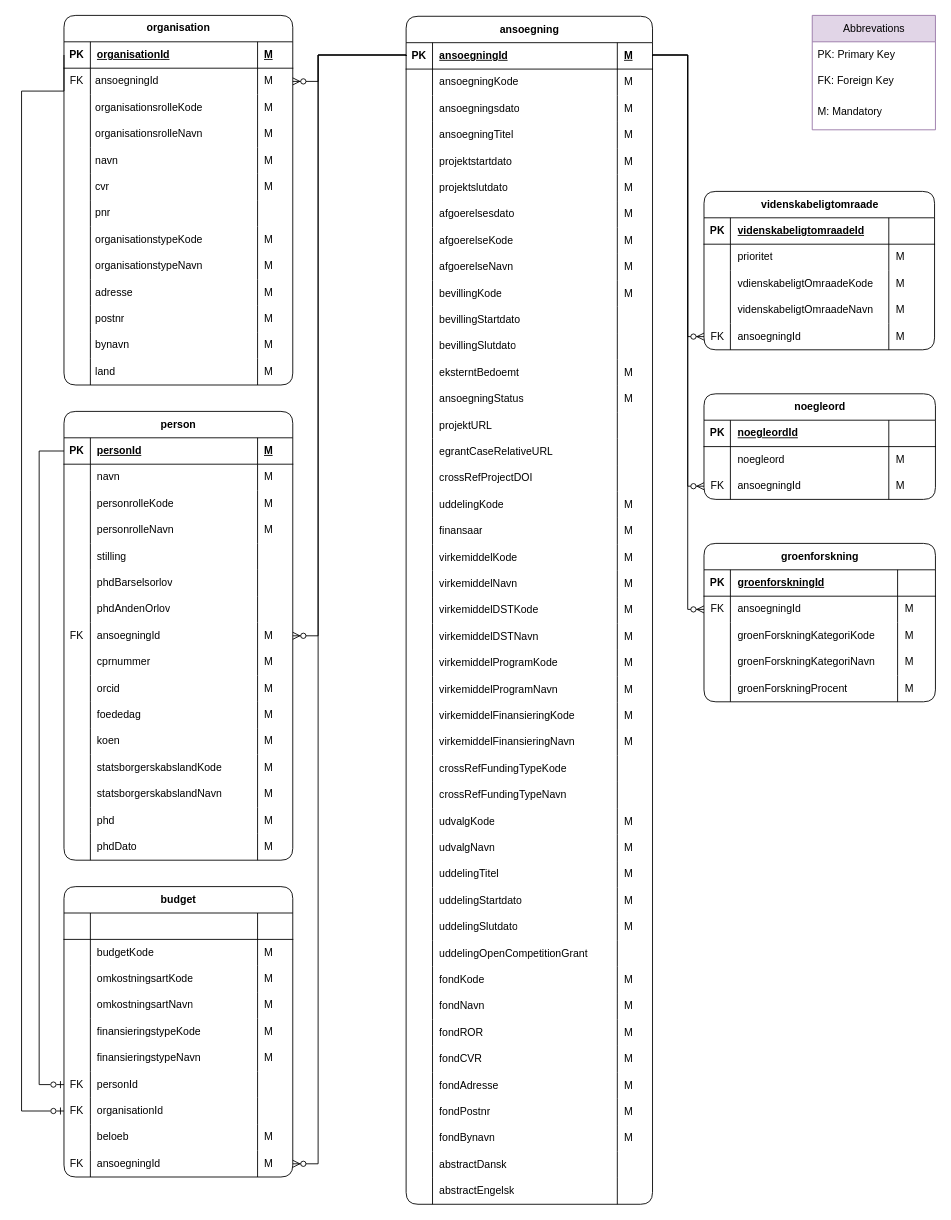
Above: page "NY Raw" (4 of 5) of Grants model.drawio in thomas-lange-dk/Grants (draw.io), before the change. Source tidied: cells renumbered, new cells numbered last; positions are measured from the earlier drawing's top-left corner, leaving out a move shared by most shapes. Both pictures are drawn from the tidied source at 88%, with x=0, y=0 at pixel (21, 15).
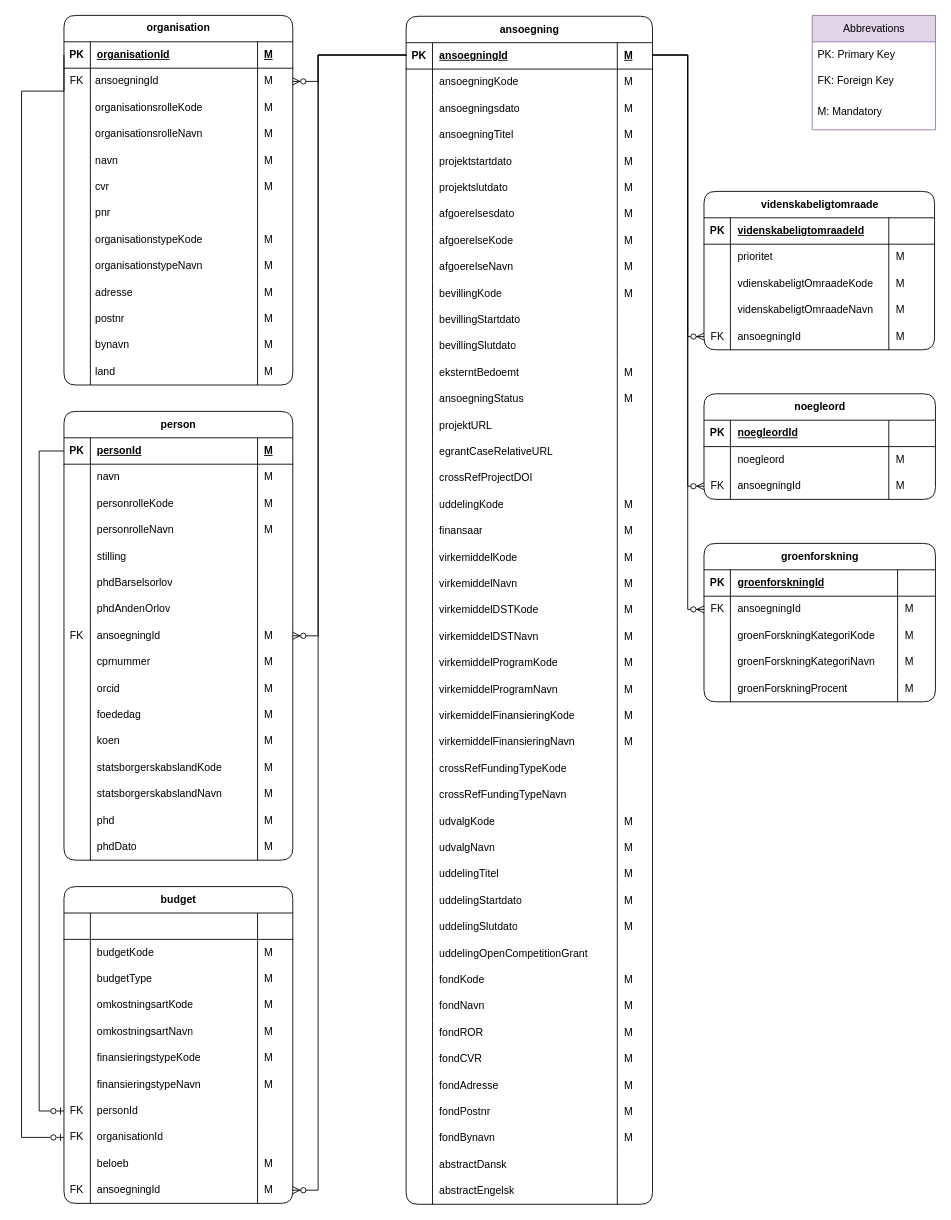
Above is the later version.

Unchanged cells that the change refers to:
```xml
<mxCell id="4" value="PK" style="shape=partialRectangle;fillColor=none;top=0;left=0;bottom=0;right=0;fontStyle=1;overflow=hidden;whiteSpace=wrap;html=1;shadow=0;spacingBottom=0;spacingTop=0;" parent="3" vertex="1">
  <mxGeometry width="30" height="30" as="geometry" />
</mxCell>
<mxCell id="96" value="PK" style="shape=partialRectangle;fillColor=none;top=0;left=0;bottom=0;right=0;fontStyle=1;overflow=hidden;whiteSpace=wrap;html=1;shadow=0;" parent="95" vertex="1">
  <mxGeometry width="30" height="30" as="geometry" />
</mxCell>
<mxCell id="273" value="PK" style="shape=partialRectangle;fillColor=none;top=0;left=0;bottom=0;right=0;fontStyle=1;overflow=hidden;whiteSpace=wrap;html=1;shadow=0;" parent="272" vertex="1">
  <mxGeometry width="30" height="30" as="geometry" />
</mxCell>
<mxCell id="362" value="FK" style="shape=partialRectangle;fillColor=none;top=0;left=0;bottom=0;right=0;overflow=hidden;whiteSpace=wrap;html=1;shadow=0;" parent="361" vertex="1">
  <mxGeometry width="30" height="30" as="geometry" />
</mxCell>
<mxCell id="366" value="FK" style="shape=partialRectangle;fillColor=none;top=0;left=0;bottom=0;right=0;overflow=hidden;whiteSpace=wrap;html=1;shadow=0;" parent="365" vertex="1">
  <mxGeometry width="30" height="30" as="geometry" />
</mxCell>
<mxCell id="376" value="M" style="shape=partialRectangle;fillColor=none;top=0;left=0;bottom=0;right=0;align=left;spacingLeft=6;overflow=hidden;whiteSpace=wrap;html=1;shadow=0;" parent="373" vertex="1">
  <mxGeometry x="220" width="40" height="30" as="geometry" />
</mxCell>
```

Change to the diagram source:
```diff
@@
     <mxCell id="336" value="budget" style="shape=table;startSize=30;childLayout=tableLayout;rowLines=0;fontStyle=1;align=center;html=1;shadow=0;rounded=1;" parent="1" vertex="1">
-      <mxGeometry x="48.2" y="990" width="260" height="330" as="geometry" />
+      <mxGeometry x="48.2" y="990" width="260" height="360" as="geometry" />
     </mxCell>
@@
+    <mxCell id="405" style="shape=tableRow;horizontal=0;startSize=0;swimlaneHead=0;swimlaneBody=0;fillColor=none;top=0;left=0;right=0;bottom=0;shadow=0;" parent="336" vertex="1">
+      <mxGeometry y="90" width="260" height="30" as="geometry" />
+    </mxCell>
+    <mxCell id="406" style="shape=partialRectangle;fillColor=none;top=0;left=0;bottom=0;right=0;overflow=hidden;whiteSpace=wrap;html=1;shadow=0;" parent="405" vertex="1">
+      <mxGeometry width="30" height="30" as="geometry" />
+    </mxCell>
+    <mxCell id="407" value="budgetType" style="shape=partialRectangle;fillColor=none;top=0;left=0;bottom=0;right=0;align=left;spacingLeft=6;overflow=hidden;whiteSpace=wrap;html=1;shadow=0;" parent="405" vertex="1">
+      <mxGeometry x="30" width="190" height="30" as="geometry" />
+    </mxCell>
+    <mxCell id="408" value="M" style="shape=partialRectangle;fillColor=none;top=0;left=0;bottom=0;right=0;align=left;spacingLeft=6;overflow=hidden;whiteSpace=wrap;html=1;shadow=0;" parent="405" vertex="1">
+      <mxGeometry x="220" width="40" height="30" as="geometry" />
+    </mxCell>
     <mxCell id="345" style="shape=tableRow;horizontal=0;startSize=0;swimlaneHead=0;swimlaneBody=0;fillColor=none;top=0;left=0;right=0;bottom=0;shadow=0;" parent="336" vertex="1">
-      <mxGeometry y="90" width="260" height="30" as="geometry" />
+      <mxGeometry y="120" width="260" height="30" as="geometry" />
     </mxCell>
@@
     <mxCell id="349" style="shape=tableRow;horizontal=0;startSize=0;swimlaneHead=0;swimlaneBody=0;fillColor=none;top=0;left=0;right=0;bottom=0;shadow=0;" parent="336" vertex="1">
-      <mxGeometry y="120" width="260" height="30" as="geometry" />
+      <mxGeometry y="150" width="260" height="30" as="geometry" />
     </mxCell>
@@
     <mxCell id="353" style="shape=tableRow;horizontal=0;startSize=0;swimlaneHead=0;swimlaneBody=0;fillColor=none;top=0;left=0;right=0;bottom=0;shadow=0;" parent="336" vertex="1">
-      <mxGeometry y="150" width="260" height="30" as="geometry" />
+      <mxGeometry y="180" width="260" height="30" as="geometry" />
     </mxCell>
@@
     <mxCell id="357" style="shape=tableRow;horizontal=0;startSize=0;swimlaneHead=0;swimlaneBody=0;fillColor=none;top=0;left=0;right=0;bottom=0;shadow=0;" parent="336" vertex="1">
-      <mxGeometry y="180" width="260" height="30" as="geometry" />
+      <mxGeometry y="210" width="260" height="30" as="geometry" />
     </mxCell>
@@
     <mxCell id="361" style="shape=tableRow;horizontal=0;startSize=0;swimlaneHead=0;swimlaneBody=0;fillColor=none;top=0;left=0;right=0;bottom=0;shadow=0;" parent="336" vertex="1">
-      <mxGeometry y="210" width="260" height="30" as="geometry" />
+      <mxGeometry y="240" width="260" height="30" as="geometry" />
     </mxCell>
@@
     <mxCell id="365" style="shape=tableRow;horizontal=0;startSize=0;swimlaneHead=0;swimlaneBody=0;fillColor=none;top=0;left=0;right=0;bottom=0;shadow=0;" parent="336" vertex="1">
-      <mxGeometry y="240" width="260" height="30" as="geometry" />
+      <mxGeometry y="270" width="260" height="30" as="geometry" />
     </mxCell>
@@
     <mxCell id="369" style="shape=tableRow;horizontal=0;startSize=0;swimlaneHead=0;swimlaneBody=0;fillColor=none;top=0;left=0;right=0;bottom=0;shadow=0;" parent="336" vertex="1">
-      <mxGeometry y="270" width="260" height="30" as="geometry" />
+      <mxGeometry y="300" width="260" height="30" as="geometry" />
     </mxCell>
@@
     <mxCell id="373" style="shape=tableRow;horizontal=0;startSize=0;swimlaneHead=0;swimlaneBody=0;fillColor=none;top=0;left=0;right=0;bottom=0;shadow=0;" parent="336" vertex="1">
-      <mxGeometry y="300" width="260" height="30" as="geometry" />
+      <mxGeometry y="330" width="260" height="30" as="geometry" />
     </mxCell>
@@
     <mxCell id="380" style="fontSize=12;html=1;endArrow=ERzeroToOne;endFill=0;rounded=0;shadow=0;edgeStyle=orthogonalEdgeStyle;exitX=0;exitY=0.5;exitDx=0;exitDy=0;entryX=0;entryY=0.5;entryDx=0;entryDy=0;" parent="1" edge="1" source="273" target="362">
       <mxGeometry relative="1" as="geometry">
         <Array as="points">
           <mxPoint x="20" y="495" />
-          <mxPoint x="20" y="1215" />
+          <mxPoint x="20" y="1245" />
         </Array>
       </mxGeometry>
     </mxCell>
     <mxCell id="381" style="edgeStyle=orthogonalEdgeStyle;fontSize=12;html=1;endArrow=ERzeroToMany;endFill=1;rounded=0;shadow=0;entryX=1;entryY=0.5;entryDx=0;entryDy=0;exitX=0;exitY=0.5;exitDx=0;exitDy=0;" parent="1" edge="1" source="96" target="376">
       <mxGeometry relative="1" as="geometry">
         <Array as="points">
           <mxPoint x="337" y="45" />
-          <mxPoint x="337" y="1305" />
+          <mxPoint x="337" y="1335" />
         </Array>
       </mxGeometry>
     </mxCell>
     <mxCell id="382" style="fontSize=12;html=1;endArrow=ERzeroToOne;endFill=0;rounded=0;shadow=0;edgeStyle=orthogonalEdgeStyle;exitX=0;exitY=0.5;exitDx=0;exitDy=0;entryX=0;entryY=0.5;entryDx=0;entryDy=0;" parent="1" edge="1" source="4" target="366">
       <mxGeometry relative="1" as="geometry">
         <Array as="points">
           <mxPoint x="48" y="86" />
           <mxPoint y="86" />
-          <mxPoint y="1245" />
+          <mxPoint y="1275" />
         </Array>
       </mxGeometry>
     </mxCell>
```
